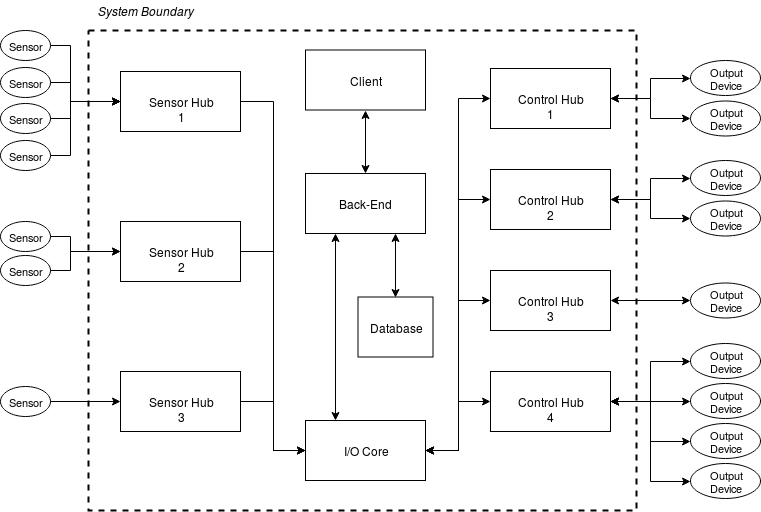
The draw.io diagram static/CEA-diagram.png in QVFT/QVFT-Client, before a commit. Source tidied: cells renumbered, new cells last; positions are measured from the earlier drawing's top-left corner, leaving out a move shared by most shapes.
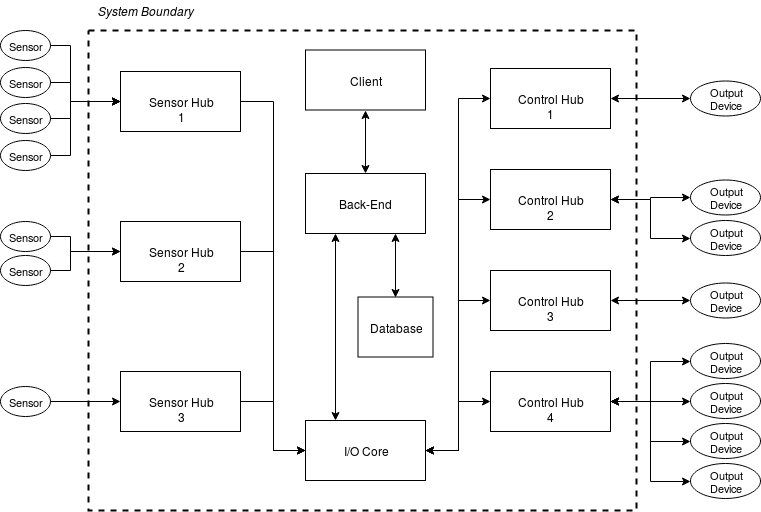
Above is the later version.

The edit, as a diff of the source:
```diff
@@ -136,23 +136,17 @@
       <mxGeometry x="490" y="68" width="120" height="60" as="geometry" />
     </mxCell>
     <mxCell id="35" style="group;" parent="1" vertex="1">
-      <mxGeometry x="690" y="60" width="70" height="175.5" as="geometry" />
+      <mxGeometry x="690" y="79.5" width="70" height="175.5" as="geometry" />
     </mxCell>
     <mxCell id="36" value="Output Device" style="ellipse;whiteSpace=wrap;html=1;fillColor=none;fontSize=11;" parent="35" vertex="1">
-      <mxGeometry width="70" height="35" as="geometry" />
+      <mxGeometry y="1" width="70" height="35" as="geometry" />
     </mxCell>
-    <mxCell id="37" value="Output Device" style="ellipse;whiteSpace=wrap;html=1;fillColor=none;fontSize=11;" parent="35" vertex="1">
-      <mxGeometry y="40.5" width="70" height="35" as="geometry" />
-    </mxCell>
     <mxCell id="38" value="Output Device" style="ellipse;whiteSpace=wrap;html=1;fillColor=none;fontSize=11;" parent="35" vertex="1">
       <mxGeometry y="100" width="70" height="35" as="geometry" />
     </mxCell>
     <mxCell id="39" value="Output Device" style="ellipse;whiteSpace=wrap;html=1;fillColor=none;fontSize=11;" parent="35" vertex="1">
       <mxGeometry y="140.5" width="70" height="35" as="geometry" />
     </mxCell>
-    <mxCell id="40" style="edgeStyle=orthogonalEdgeStyle;rounded=0;jettySize=auto;html=1;exitX=1;exitY=0.5;exitDx=0;exitDy=0;entryX=0;entryY=0.5;entryDx=0;entryDy=0;startArrow=classic;startFill=1;" parent="1" edge="1" source="34" target="37">
-      <mxGeometry relative="1" as="geometry" />
-    </mxCell>
     <mxCell id="41" value="Control Hub 2" style="rounded=0;whiteSpace=wrap;html=1;" parent="1" vertex="1">
       <mxGeometry x="490" y="169" width="120" height="60" as="geometry" />
     </mxCell>
```
